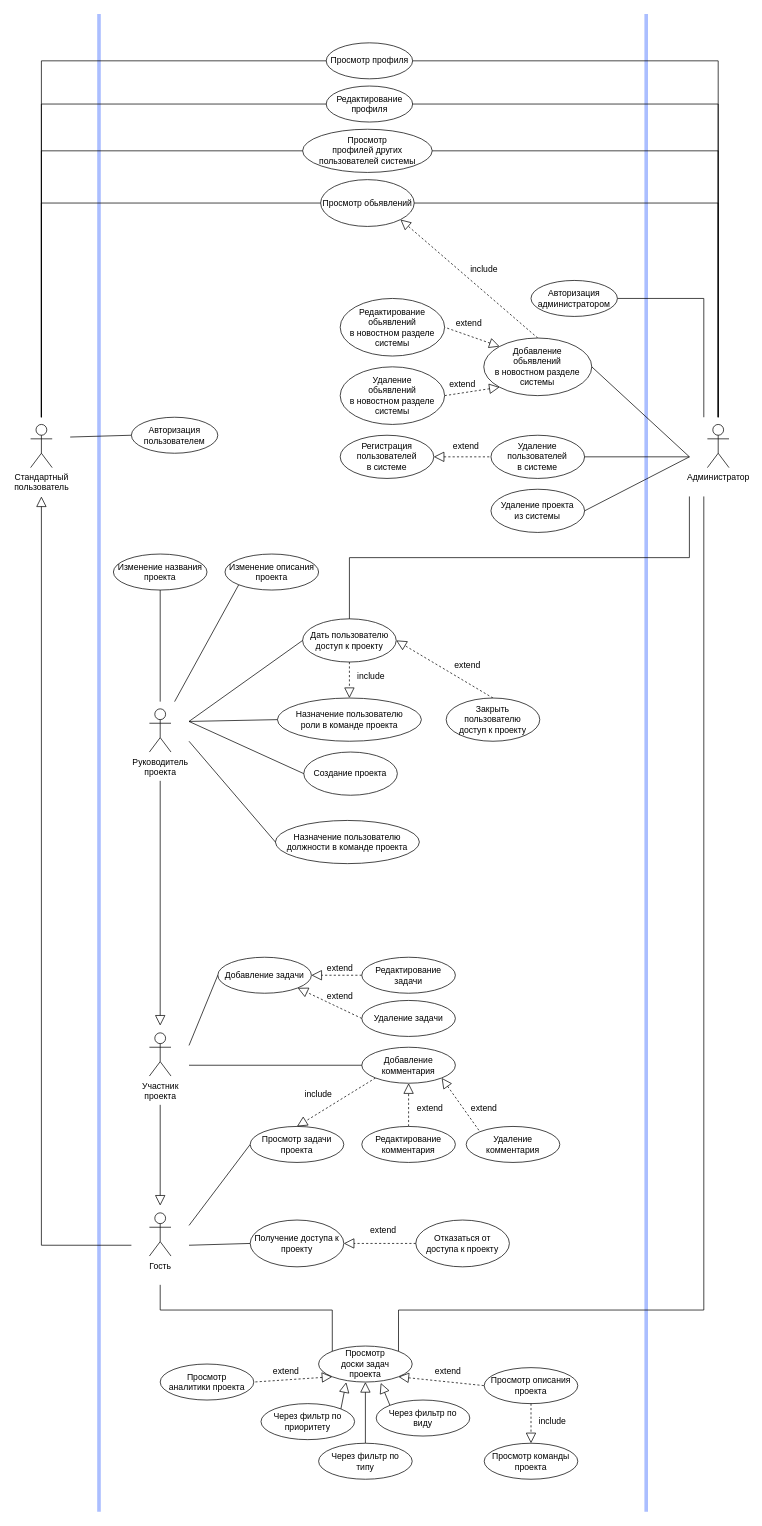
Earlier version of the draw.io diagram page "Page-1" (1 of 4) of doc/use-case.drawio (UlrixSingle/task-manager-suai-23). Source tidied: cells renumbered, new cells numbered last; positions are measured from the earlier drawing's top-left corner, leaving out a move shared by most shapes. Both pictures are drawn from the tidied source at 72%, with x=0, y=0 at pixel (12, 14).
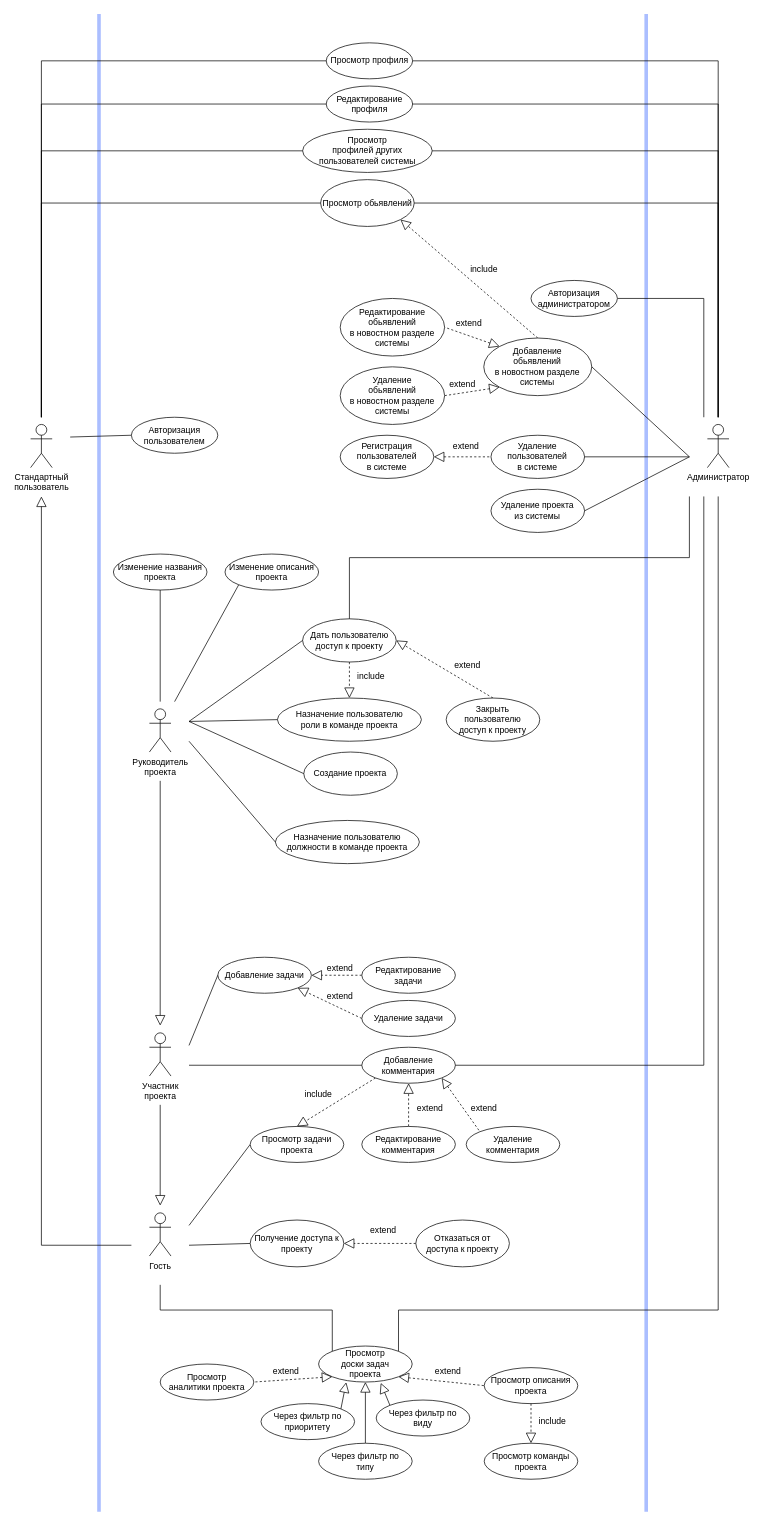
After the change.

Unchanged cells that the change refers to:
```xml
<mxCell id="48" style="rounded=0;whiteSpace=wrap;html=1;fillColor=none;strokeColor=none;" parent="46" vertex="1">
  <mxGeometry width="80" height="110" as="geometry" />
</mxCell>
<mxCell id="72" value="Просмотр &lt;br&gt;доски задач &lt;br&gt;проекта" style="ellipse;whiteSpace=wrap;html=1;" parent="1" vertex="1">
  <mxGeometry x="425" y="1850" width="130" height="50" as="geometry" />
</mxCell>
<mxCell id="80" value="Добавление комментария" style="ellipse;whiteSpace=wrap;html=1;" parent="1" vertex="1">
  <mxGeometry x="485" y="1435" width="130" height="50" as="geometry" />
</mxCell>
```

What changed in the source:
```diff
@@
-    <mxCell id="103" style="edgeStyle=orthogonalEdgeStyle;rounded=0;jettySize=auto;html=1;entryX=1;entryY=0;entryDx=0;entryDy=0;startArrow=none;startFill=0;endArrow=none;endFill=0;startSize=12;endSize=12;exitX=0.25;exitY=1;exitDx=0;exitDy=0;" parent="1" edge="1" source="48" target="72">
+    <mxCell id="103" style="edgeStyle=orthogonalEdgeStyle;rounded=0;jettySize=auto;html=1;entryX=1;entryY=0;entryDx=0;entryDy=0;startArrow=none;startFill=0;endArrow=none;endFill=0;startSize=12;endSize=12;exitX=0.5;exitY=1;exitDx=0;exitDy=0;" parent="1" edge="1" source="48" target="72">
       <mxGeometry relative="1" as="geometry">
         <Array as="points">
-          <mxPoint x="960" y="1800" />
+          <mxPoint x="980" y="1800" />
           <mxPoint x="536" y="1800" />
         </Array>
       </mxGeometry>
     </mxCell>
@@
+    <mxCell id="116" style="edgeStyle=orthogonalEdgeStyle;rounded=0;jettySize=auto;html=1;exitX=0.25;exitY=1;exitDx=0;exitDy=0;entryX=1;entryY=0.5;entryDx=0;entryDy=0;endArrow=none;endFill=0;" parent="1" edge="1" source="48" target="80">
+      <mxGeometry relative="1" as="geometry" />
+    </mxCell>
```
